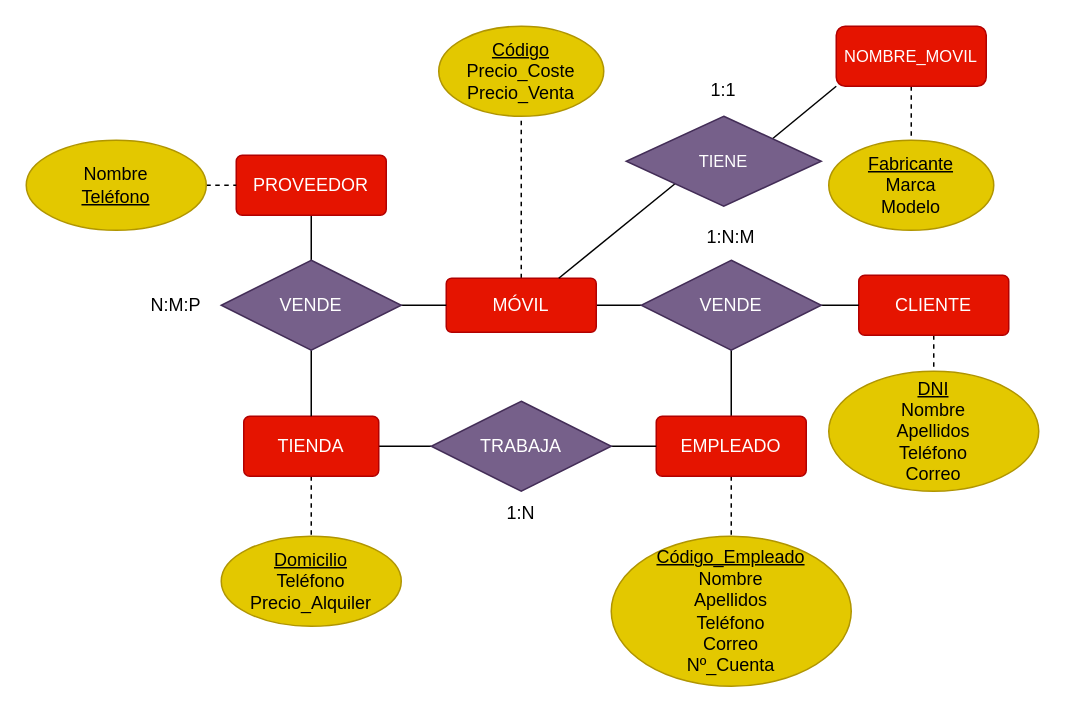
Earlier version of the draw.io diagram Ejercicio4_Tema1.drawio (antonionavarro04/diagramas). Source tidied: cells renumbered, new cells numbered last; positions are measured from the earlier drawing's top-left corner, leaving out a move shared by most shapes. Both pictures are drawn from the tidied source at 150%, with x=0, y=0 at pixel (26, 26).
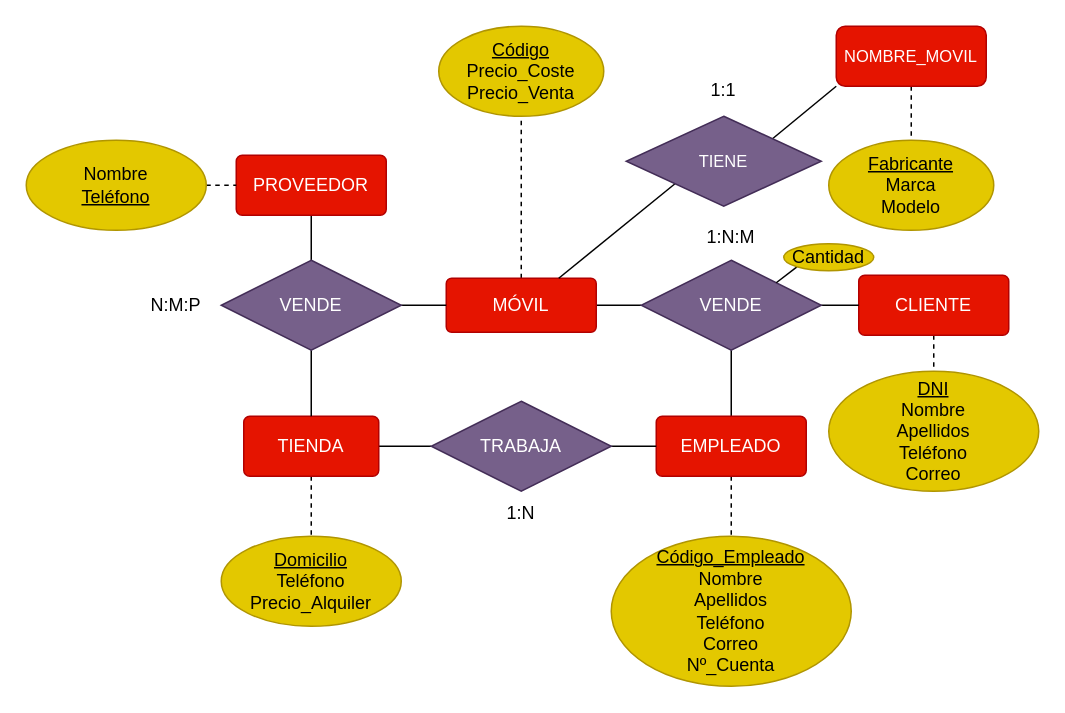
Above is the later version.

The change refers to these unchanged cells:
```xml
<mxCell id="27" value="VENDE" style="shape=rhombus;perimeter=rhombusPerimeter;whiteSpace=wrap;html=1;align=center;rounded=0;fillColor=#76608a;strokeColor=#432D57;fontColor=#ffffff;" parent="1" vertex="1">
  <mxGeometry x="410" y="156" width="120" height="60" as="geometry" />
</mxCell>
```

Diff of the diagram source:
```diff
@@
+    <mxCell id="38" style="rounded=0;jettySize=auto;html=1;exitX=0;exitY=1;exitDx=0;exitDy=0;entryX=1;entryY=0;entryDx=0;entryDy=0;endArrow=none;endFill=0;" parent="1" edge="1" source="39" target="27">
+      <mxGeometry relative="1" as="geometry" />
+    </mxCell>
+    <mxCell id="39" value="Cantidad" style="ellipse;whiteSpace=wrap;html=1;align=center;fillColor=#e3c800;fontColor=#000000;strokeColor=#B09500;" parent="1" vertex="1">
+      <mxGeometry x="505" y="145" width="60" height="18" as="geometry" />
+    </mxCell>
```
